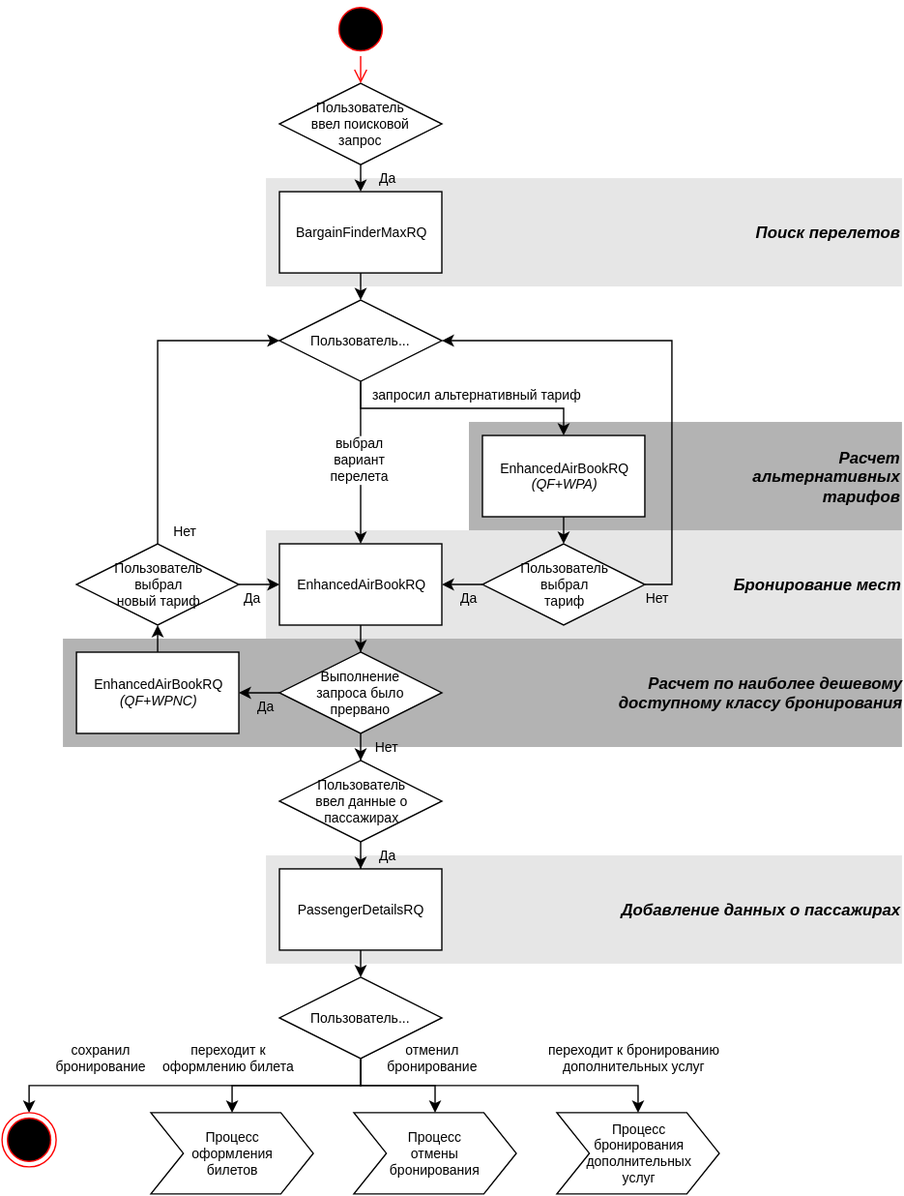
The draw.io diagram assets/svg/Search&Create Booking/[RU]Search&Create Booking-0.svg in andreypolyak/sabre-apis-ru, before a commit. Source tidied: cells renumbered, new cells last; positions are measured from the earlier drawing's top-left corner, leaving out a move shared by most shapes.
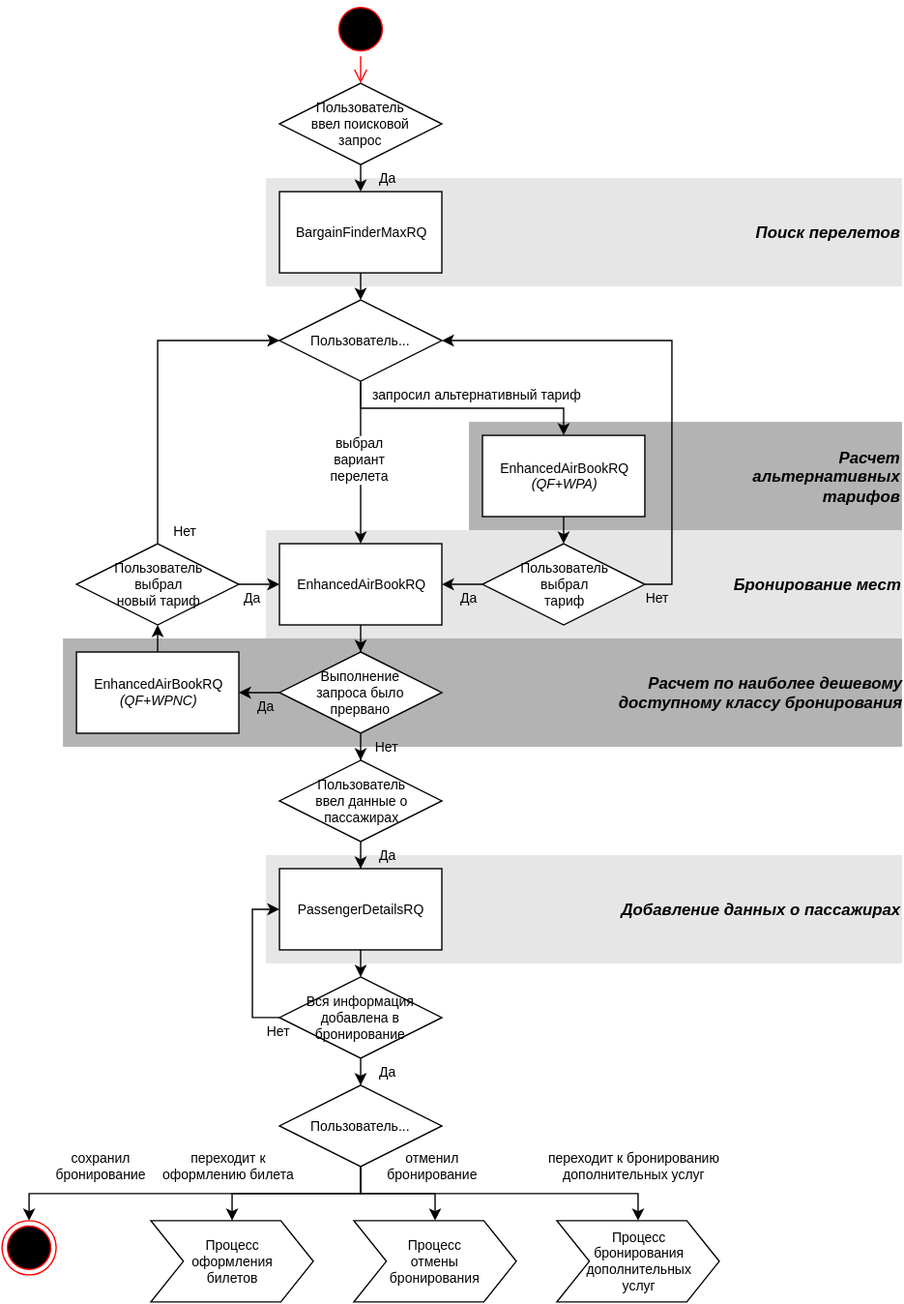
After the change.

The edit, as a diff of the source:
```diff
@@ -31,9 +31,14 @@
     <mxCell id="10" value="EnhancedAirBookRQ" style="whiteSpace=wrap;html=1;rounded=0;fontSize=10;" parent="1" vertex="1">
       <mxGeometry x="205" y="400" width="120" height="60" as="geometry" />
     </mxCell>
-    <mxCell id="11" style="edgeStyle=orthogonalEdgeStyle;rounded=0;html=1;entryX=0.5;entryY=0;jettySize=auto;exitX=0.5;exitY=1;fontSize=10;" parent="1" edge="1" source="12" target="27">
-      <mxGeometry relative="1" as="geometry" />
+    <mxCell id="11" value="Да" style="edgeStyle=orthogonalEdgeStyle;rounded=0;html=1;entryX=0.5;entryY=0;jettySize=auto;exitX=0.5;exitY=1;fontSize=10;" parent="1" edge="1" target="27">
+      <mxGeometry y="20" relative="1" as="geometry">
+        <mxPoint x="265" y="780" as="sourcePoint" />
+      </mxGeometry>
     </mxCell>
+    <mxCell id="45" style="edgeStyle=orthogonalEdgeStyle;rounded=0;html=1;exitX=0.5;exitY=1;entryX=0.5;entryY=0;labelBackgroundColor=none;jettySize=auto;fontSize=10;" parent="1" edge="1" source="12" target="47">
+      <mxGeometry relative="1" as="geometry" />
+    </mxCell>
     <mxCell id="12" value="PassengerDetailsRQ" style="whiteSpace=wrap;html=1;rounded=0;fontSize=10;" parent="1" vertex="1">
       <mxGeometry x="205" y="640" width="120" height="60" as="geometry" />
     </mxCell>
@@ -83,34 +88,34 @@
     </mxCell>
     <mxCell id="24" value="отменил&lt;div&gt;бронирование&lt;/div&gt;" style="edgeStyle=orthogonalEdgeStyle;rounded=0;html=1;jettySize=auto;fontSize=10;entryX=0.5;entryY=0;exitX=0.5;exitY=1;" parent="1" edge="1" source="27">
       <mxGeometry x="0.58" y="20" relative="1" as="geometry">
-        <mxPoint x="320" y="820" as="targetPoint" />
+        <mxPoint x="320" y="900" as="targetPoint" />
         <Array as="points">
-          <mxPoint x="265" y="800" />
-          <mxPoint x="320" y="800" />
+          <mxPoint x="265" y="880" />
+          <mxPoint x="320" y="880" />
         </Array>
         <mxPoint x="-20" y="-20" as="offset" />
       </mxGeometry>
     </mxCell>
     <mxCell id="25" value="сохранил&lt;div&gt;бронирование&lt;/div&gt;" style="edgeStyle=orthogonalEdgeStyle;rounded=0;html=1;exitX=0.5;exitY=1;jettySize=auto;fontSize=10;entryX=0.5;entryY=0;entryPerimeter=0;" parent="1" edge="1" source="27">
       <mxGeometry x="0.47" y="-20" relative="1" as="geometry">
-        <mxPoint x="20" y="820" as="targetPoint" />
+        <mxPoint x="20" y="900" as="targetPoint" />
         <Array as="points">
-          <mxPoint x="265" y="800" />
-          <mxPoint x="20" y="800" />
+          <mxPoint x="265" y="880" />
+          <mxPoint x="20" y="880" />
         </Array>
       </mxGeometry>
     </mxCell>
     <mxCell id="26" value="переходит к бронированию&lt;div&gt;дополнительных услуг&lt;/div&gt;" style="edgeStyle=orthogonalEdgeStyle;rounded=0;html=1;exitX=0.5;exitY=1;jettySize=auto;fontSize=10;" parent="1" edge="1" source="27" target="44">
       <mxGeometry x="0.84" y="20" relative="1" as="geometry">
         <Array as="points">
-          <mxPoint x="265" y="800" />
-          <mxPoint x="470" y="800" />
+          <mxPoint x="265" y="880" />
+          <mxPoint x="470" y="880" />
         </Array>
         <mxPoint x="-20" y="-20" as="offset" />
       </mxGeometry>
     </mxCell>
     <mxCell id="27" value="Пользователь..." style="rhombus;whiteSpace=wrap;html=1;rounded=0;fontSize=10;" parent="1" vertex="1">
-      <mxGeometry x="205" y="720" width="120" height="60" as="geometry" />
+      <mxGeometry x="205" y="800" width="120" height="60" as="geometry" />
     </mxCell>
     <mxCell id="28" value="EnhancedAirBookRQ&lt;div&gt;&lt;i&gt;(QF+WPA)&lt;/i&gt;&lt;/div&gt;" style="whiteSpace=wrap;html=1;rounded=0;fontSize=10;" parent="1" vertex="1">
       <mxGeometry x="355" y="320" width="120" height="60" as="geometry" />
@@ -145,10 +150,10 @@
       <mxGeometry x="55" y="400" width="120" height="60" as="geometry" />
     </mxCell>
     <mxCell id="38" value="&lt;div style=&quot;text-align: center&quot;&gt;Процесс&lt;/div&gt;&lt;div style=&quot;text-align: center&quot;&gt;оформления&lt;/div&gt;&lt;div style=&quot;text-align: center&quot;&gt;билетов&lt;/div&gt;" style="shape=step;whiteSpace=wrap;html=1;rounded=0;fontSize=10;align=center;" parent="1" vertex="1">
-      <mxGeometry x="110" y="820" width="120" height="60" as="geometry" />
+      <mxGeometry x="110" y="900" width="120" height="60" as="geometry" />
     </mxCell>
     <mxCell id="39" value="&lt;div style=&quot;text-align: center&quot;&gt;Процесс&lt;/div&gt;&lt;div style=&quot;text-align: center&quot;&gt;отмены&lt;/div&gt;&lt;div style=&quot;text-align: center&quot;&gt;бронирования&lt;/div&gt;" style="shape=step;whiteSpace=wrap;html=1;rounded=0;fontSize=10;align=center;" parent="1" vertex="1">
-      <mxGeometry x="260" y="820" width="120" height="60" as="geometry" />
+      <mxGeometry x="260" y="900" width="120" height="60" as="geometry" />
     </mxCell>
     <mxCell id="40" style="ellipse;html=1;shape=startState;fillColor=#000000;strokeColor=#ff0000;rounded=0;fontSize=10;align=center;" parent="1" vertex="1">
       <mxGeometry x="245" width="40" height="40" as="geometry" />
@@ -157,20 +162,28 @@
       <mxGeometry relative="1" as="geometry" />
     </mxCell>
     <mxCell id="42" style="ellipse;html=1;shape=endState;fillColor=#000000;strokeColor=#ff0000;rounded=0;fontSize=10;align=center;" parent="1" vertex="1">
-      <mxGeometry y="820" width="40" height="40" as="geometry" />
+      <mxGeometry y="900" width="40" height="40" as="geometry" />
     </mxCell>
     <mxCell id="43" value="переходит к&lt;div&gt;&lt;span style=&quot;line-height: 1.2&quot;&gt;оформлению билета&lt;/span&gt;&lt;/div&gt;" style="edgeStyle=orthogonalEdgeStyle;rounded=0;html=1;exitX=0.5;exitY=1;entryX=0.5;entryY=0;jettySize=auto;fontSize=10;" parent="1" edge="1" source="27">
       <mxGeometry x="0.7" y="-20" relative="1" as="geometry">
-        <mxPoint x="170" y="820" as="targetPoint" />
+        <mxPoint x="170" y="900" as="targetPoint" />
         <Array as="points">
-          <mxPoint x="265" y="800" />
-          <mxPoint x="170" y="800" />
+          <mxPoint x="265" y="880" />
+          <mxPoint x="170" y="880" />
         </Array>
         <mxPoint x="20" y="-20" as="offset" />
       </mxGeometry>
     </mxCell>
     <mxCell id="44" value="Процесс&lt;div&gt;бронирования&lt;/div&gt;&lt;div&gt;дополнительных&lt;/div&gt;&lt;div&gt;услуг&lt;/div&gt;" style="shape=step;whiteSpace=wrap;html=1;rounded=0;fontSize=10;align=center;" parent="1" vertex="1">
-      <mxGeometry x="410" y="820" width="120" height="60" as="geometry" />
+      <mxGeometry x="410" y="900" width="120" height="60" as="geometry" />
     </mxCell>
+    <mxCell id="46" value="Нет" style="edgeStyle=orthogonalEdgeStyle;rounded=0;html=1;exitX=0;exitY=0.5;entryX=0;entryY=0.5;labelBackgroundColor=none;jettySize=auto;fontSize=10;" parent="1" edge="1" source="47" target="12">
+      <mxGeometry x="-0.67" y="-22" relative="1" as="geometry">
+        <mxPoint x="-2" y="10" as="offset" />
+      </mxGeometry>
+    </mxCell>
+    <mxCell id="47" value="Вся информация&lt;div&gt;добавлена в бронирование&lt;/div&gt;" style="rhombus;whiteSpace=wrap;html=1;rounded=0;fontSize=10;" parent="1" vertex="1">
+      <mxGeometry x="205" y="720" width="120" height="60" as="geometry" />
+    </mxCell>
   </root>
 </mxGraphModel>
```
